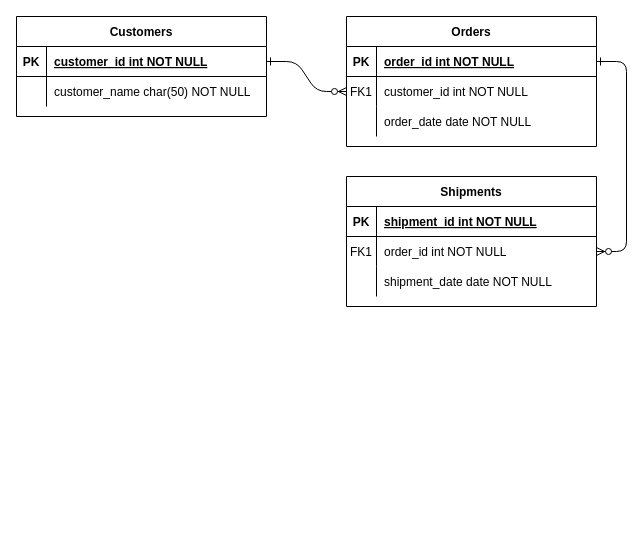
Earlier version of the draw.io diagram toyProjectERD.drawio (ordinary22/ERD). Source tidied: cells renumbered, new cells numbered last; positions are measured from the earlier drawing's top-left corner, leaving out a move shared by most shapes. Both pictures are drawn from the tidied source at 100%, with x=0, y=0 at pixel (16, 16).
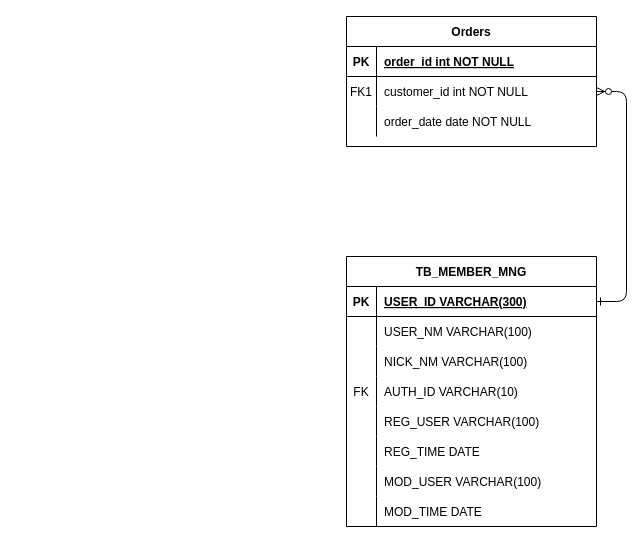
The same page after the edit.

The change refers to these unchanged cells:
```xml
<mxCell id="5" style="shape=partialRectangle;fillColor=none;points=[[0,0.5],[1,0.5]];portConstraint=eastwest;top=0;left=0;right=0;bottom=1;" parent="4" vertex="1">
  <mxGeometry y="30" width="250" height="30" as="geometry" />
</mxCell>
<mxCell id="25" style="shape=partialRectangle;fillColor=none;points=[[0,0.5],[1,0.5]];portConstraint=eastwest;top=0;left=0;right=0;bottom=1;" parent="24" vertex="1">
  <mxGeometry y="30" width="250" height="30" as="geometry" />
</mxCell>
<mxCell id="28" style="shape=partialRectangle;fillColor=none;top=0;left=0;right=0;bottom=0;" parent="24" vertex="1">
  <mxGeometry y="60" width="250" height="30" as="geometry" />
</mxCell>
```

Change to the diagram source:
```diff
@@
-    <mxCell id="3" style="edgeStyle=entityRelationEdgeStyle;endArrow=ERzeroToMany;startArrow=ERone;endFill=1;startFill=0;" parent="1" edge="1" source="5" target="18">
-      <mxGeometry relative="1" as="geometry" />
-    </mxCell>
@@
-    <mxCell id="14" value="Shipments" style="shape=table;startSize=30;childLayout=tableLayout;rowLines=0;fontStyle=1;align=center;" parent="1" vertex="1">
-      <mxGeometry x="330" y="160" width="250" height="130" as="geometry" />
-    </mxCell>
-    <mxCell id="15" style="shape=partialRectangle;fillColor=none;top=0;left=0;right=0;bottom=1;" parent="14" vertex="1">
-      <mxGeometry y="30" width="250" height="30" as="geometry" />
-    </mxCell>
-    <mxCell id="16" value="PK" style="shape=partialRectangle;overflow=hidden;fillColor=none;top=0;left=0;bottom=0;right=0;fontStyle=1;" parent="15" vertex="1">
-      <mxGeometry width="30" height="30" as="geometry" />
-    </mxCell>
-    <mxCell id="17" value="shipment_id int NOT NULL " style="shape=partialRectangle;overflow=hidden;fillColor=none;top=0;left=0;bottom=0;right=0;align=left;spacingLeft=6;fontStyle=5;" parent="15" vertex="1">
-      <mxGeometry x="30" width="220" height="30" as="geometry" />
-    </mxCell>
-    <mxCell id="18" style="shape=partialRectangle;fillColor=none;points=[[0,0.5],[1,0.5]];portConstraint=eastwest;top=0;left=0;right=0;bottom=0;" parent="14" vertex="1">
-      <mxGeometry y="60" width="250" height="30" as="geometry" />
-    </mxCell>
-    <mxCell id="19" value="FK1" style="shape=partialRectangle;overflow=hidden;fillColor=none;top=0;left=0;bottom=0;right=0;" parent="18" vertex="1">
-      <mxGeometry width="30" height="30" as="geometry" />
-    </mxCell>
-    <mxCell id="20" value="order_id int NOT NULL" style="shape=partialRectangle;overflow=hidden;fillColor=none;top=0;left=0;bottom=0;right=0;align=left;spacingLeft=6;" parent="18" vertex="1">
-      <mxGeometry x="30" width="220" height="30" as="geometry" />
-    </mxCell>
-    <mxCell id="21" style="shape=partialRectangle;fillColor=none;top=0;left=0;right=0;bottom=0;" parent="14" vertex="1">
-      <mxGeometry y="90" width="250" height="30" as="geometry" />
-    </mxCell>
-    <mxCell id="22" style="shape=partialRectangle;overflow=hidden;fillColor=none;top=0;left=0;bottom=0;right=0;" parent="21" vertex="1">
-      <mxGeometry width="30" height="30" as="geometry" />
-    </mxCell>
-    <mxCell id="23" value="shipment_date date NOT NULL" style="shape=partialRectangle;overflow=hidden;fillColor=none;top=0;left=0;bottom=0;right=0;align=left;spacingLeft=6;" parent="21" vertex="1">
-      <mxGeometry x="30" width="220" height="30" as="geometry" />
-    </mxCell>
-    <mxCell id="24" value="Customers" style="shape=table;startSize=30;childLayout=tableLayout;rowLines=0;fontStyle=1;align=center;" parent="1" vertex="1">
-      <mxGeometry width="250" height="100" as="geometry" />
+    <mxCell id="24" value="TB_MEMBER_MNG" style="shape=table;startSize=30;childLayout=tableLayout;rowLines=0;fontStyle=1;align=center;" parent="1" vertex="1">
+      <mxGeometry x="330" y="240" width="250" height="270" as="geometry" />
     </mxCell>
@@
-    <mxCell id="27" value="customer_id int NOT NULL " style="shape=partialRectangle;overflow=hidden;fillColor=none;top=0;left=0;bottom=0;right=0;align=left;spacingLeft=6;fontStyle=5;" parent="25" vertex="1">
+    <mxCell id="27" value="USER_ID VARCHAR(300)" style="shape=partialRectangle;overflow=hidden;fillColor=none;top=0;left=0;bottom=0;right=0;align=left;spacingLeft=6;fontStyle=5;" parent="25" vertex="1">
       <mxGeometry x="30" width="220" height="30" as="geometry" />
     </mxCell>
@@
-    <mxCell id="30" value="customer_name char(50) NOT NULL" style="shape=partialRectangle;overflow=hidden;fillColor=none;top=0;left=0;bottom=0;right=0;align=left;spacingLeft=6;" parent="28" vertex="1">
+    <mxCell id="30" value="USER_NM VARCHAR(100)" style="shape=partialRectangle;overflow=hidden;fillColor=none;top=0;left=0;bottom=0;right=0;align=left;spacingLeft=6;" parent="28" vertex="1">
       <mxGeometry x="30" width="220" height="30" as="geometry" />
     </mxCell>
+    <mxCell id="21" style="shape=partialRectangle;fillColor=none;top=0;left=0;right=0;bottom=0;" parent="24" vertex="1">
+      <mxGeometry y="90" width="250" height="30" as="geometry" />
+    </mxCell>
+    <mxCell id="31" style="shape=partialRectangle;overflow=hidden;fillColor=none;top=0;left=0;bottom=0;right=0;" parent="21" vertex="1">
+      <mxGeometry width="30" height="30" as="geometry" />
+    </mxCell>
+    <mxCell id="32" value="NICK_NM VARCHAR(100)" style="shape=partialRectangle;overflow=hidden;fillColor=none;top=0;left=0;bottom=0;right=0;align=left;spacingLeft=6;" parent="21" vertex="1">
+      <mxGeometry x="30" width="220" height="30" as="geometry" />
+    </mxCell>
+    <mxCell id="33" style="shape=partialRectangle;fillColor=none;top=0;left=0;right=0;bottom=0;" parent="24" vertex="1">
+      <mxGeometry y="120" width="250" height="30" as="geometry" />
+    </mxCell>
+    <mxCell id="34" value="FK" style="shape=partialRectangle;overflow=hidden;fillColor=none;top=0;left=0;bottom=0;right=0;" parent="33" vertex="1">
+      <mxGeometry width="30" height="30" as="geometry" />
+    </mxCell>
+    <mxCell id="35" value="AUTH_ID VARCHAR(10)" style="shape=partialRectangle;overflow=hidden;fillColor=none;top=0;left=0;bottom=0;right=0;align=left;spacingLeft=6;" parent="33" vertex="1">
+      <mxGeometry x="30" width="220" height="30" as="geometry" />
+    </mxCell>
+    <mxCell id="36" style="shape=partialRectangle;fillColor=none;top=0;left=0;right=0;bottom=0;" parent="24" vertex="1">
+      <mxGeometry y="150" width="250" height="30" as="geometry" />
+    </mxCell>
+    <mxCell id="37" style="shape=partialRectangle;overflow=hidden;fillColor=none;top=0;left=0;bottom=0;right=0;" parent="36" vertex="1">
+      <mxGeometry width="30" height="30" as="geometry" />
+    </mxCell>
+    <mxCell id="38" value="REG_USER VARCHAR(100)" style="shape=partialRectangle;overflow=hidden;fillColor=none;top=0;left=0;bottom=0;right=0;align=left;spacingLeft=6;" parent="36" vertex="1">
+      <mxGeometry x="30" width="220" height="30" as="geometry" />
+    </mxCell>
+    <mxCell id="39" style="shape=partialRectangle;fillColor=none;top=0;left=0;right=0;bottom=0;" parent="24" vertex="1">
+      <mxGeometry y="180" width="250" height="30" as="geometry" />
+    </mxCell>
+    <mxCell id="40" style="shape=partialRectangle;overflow=hidden;fillColor=none;top=0;left=0;bottom=0;right=0;" parent="39" vertex="1">
+      <mxGeometry width="30" height="30" as="geometry" />
+    </mxCell>
+    <mxCell id="41" value="REG_TIME DATE" style="shape=partialRectangle;overflow=hidden;fillColor=none;top=0;left=0;bottom=0;right=0;align=left;spacingLeft=6;" parent="39" vertex="1">
+      <mxGeometry x="30" width="220" height="30" as="geometry" />
+    </mxCell>
+    <mxCell id="42" style="shape=partialRectangle;fillColor=none;top=0;left=0;right=0;bottom=0;" parent="24" vertex="1">
+      <mxGeometry y="210" width="250" height="30" as="geometry" />
+    </mxCell>
+    <mxCell id="43" style="shape=partialRectangle;overflow=hidden;fillColor=none;top=0;left=0;bottom=0;right=0;" parent="42" vertex="1">
+      <mxGeometry width="30" height="30" as="geometry" />
+    </mxCell>
+    <mxCell id="44" value="MOD_USER VARCHAR(100)" style="shape=partialRectangle;overflow=hidden;fillColor=none;top=0;left=0;bottom=0;right=0;align=left;spacingLeft=6;" parent="42" vertex="1">
+      <mxGeometry x="30" width="220" height="30" as="geometry" />
+    </mxCell>
+    <mxCell id="45" style="shape=partialRectangle;fillColor=none;top=0;left=0;right=0;bottom=0;" parent="24" vertex="1">
+      <mxGeometry y="240" width="250" height="30" as="geometry" />
+    </mxCell>
+    <mxCell id="46" style="shape=partialRectangle;overflow=hidden;fillColor=none;top=0;left=0;bottom=0;right=0;" parent="45" vertex="1">
+      <mxGeometry width="30" height="30" as="geometry" />
+    </mxCell>
+    <mxCell id="47" value="MOD_TIME DATE" style="shape=partialRectangle;overflow=hidden;fillColor=none;top=0;left=0;bottom=0;right=0;align=left;spacingLeft=6;" parent="45" vertex="1">
+      <mxGeometry x="30" width="220" height="30" as="geometry" />
+    </mxCell>
```
